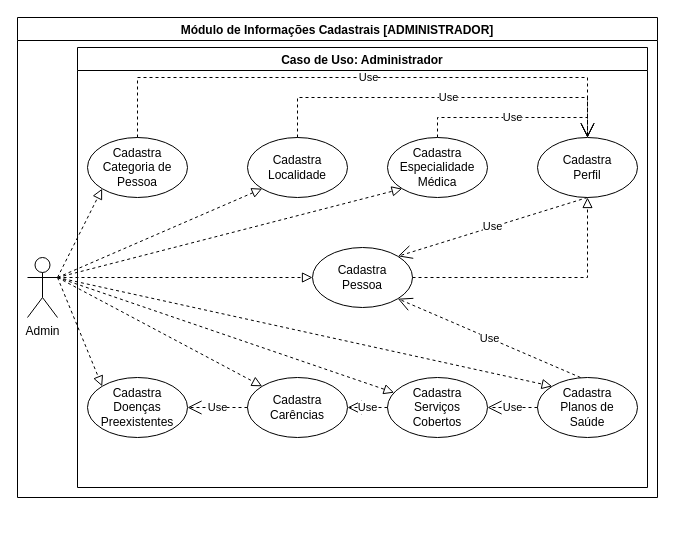
Before: page "MIC-Admin" (1 of 3) of PUC-GISA-M1.drawio in kikoluiss/tcc-puc, a draw.io diagram. Source tidied: cells renumbered, new cells numbered last; positions are measured from the earlier drawing's top-left corner, leaving out a move shared by most shapes. Both pictures are drawn from the tidied source at 100%, with x=0, y=0 at pixel (17, 17).
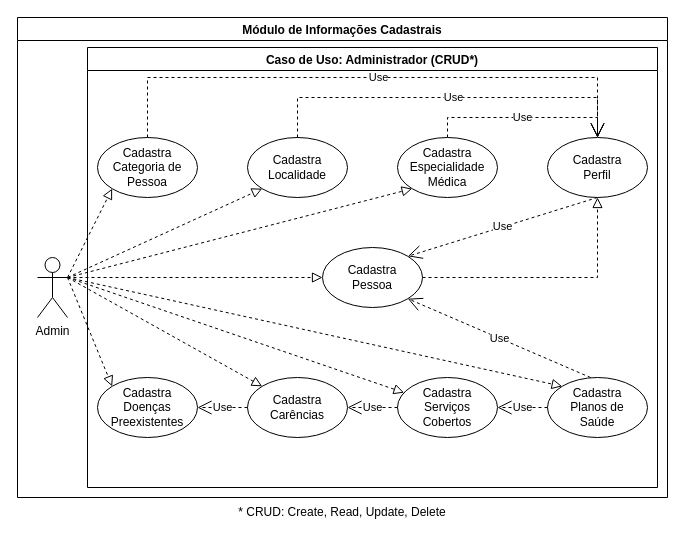
After the change.

Unchanged cells that the change refers to:
```xml
<mxCell id="7" value="Cadastra&lt;br&gt;Perfil" style="ellipse;whiteSpace=wrap;html=1;align=center;newEdgeStyle={&quot;edgeStyle&quot;:&quot;entityRelationEdgeStyle&quot;,&quot;startArrow&quot;:&quot;none&quot;,&quot;endArrow&quot;:&quot;none&quot;,&quot;segment&quot;:10,&quot;curved&quot;:1};" parent="4" vertex="1">
  <mxGeometry x="460" y="90" width="100" height="60" as="geometry" />
</mxCell>
```

The edit, as a diff of the source:
```diff
@@
-    <mxCell id="2" value="Módulo de Informações Cadastrais [ADMINISTRADOR]" style="swimlane;" parent="1" vertex="1">
-      <mxGeometry width="640" height="480" as="geometry" />
+    <mxCell id="2" value="Módulo de Informações Cadastrais" style="swimlane;" parent="1" vertex="1">
+      <mxGeometry width="650" height="480" as="geometry" />
     </mxCell>
     <mxCell id="3" value="Admin" style="shape=umlActor;verticalLabelPosition=bottom;verticalAlign=top;html=1;outlineConnect=0;" parent="2" vertex="1">
-      <mxGeometry x="10" y="240" width="30" height="60" as="geometry" />
+      <mxGeometry x="20" y="240" width="30" height="60" as="geometry" />
     </mxCell>
-    <mxCell id="4" value="Caso de Uso: Administrador" style="swimlane;" parent="2" vertex="1">
-      <mxGeometry x="60" y="30" width="570" height="440" as="geometry" />
+    <mxCell id="4" value="Caso de Uso: Administrador (CRUD*)" style="swimlane;" parent="2" vertex="1">
+      <mxGeometry x="70" y="30" width="570" height="440" as="geometry" />
     </mxCell>
@@
     <mxCell id="8" value="Cadastra&lt;br&gt;Localidade" style="ellipse;whiteSpace=wrap;html=1;align=center;newEdgeStyle={&quot;edgeStyle&quot;:&quot;entityRelationEdgeStyle&quot;,&quot;startArrow&quot;:&quot;none&quot;,&quot;endArrow&quot;:&quot;none&quot;,&quot;segment&quot;:10,&quot;curved&quot;:1};" parent="4" vertex="1">
-      <mxGeometry x="170" y="90" width="100" height="60" as="geometry" />
+      <mxGeometry x="160" y="90" width="100" height="60" as="geometry" />
     </mxCell>
@@
     <mxCell id="12" value="Cadastra Carências" style="ellipse;whiteSpace=wrap;html=1;align=center;newEdgeStyle={&quot;edgeStyle&quot;:&quot;entityRelationEdgeStyle&quot;,&quot;startArrow&quot;:&quot;none&quot;,&quot;endArrow&quot;:&quot;none&quot;,&quot;segment&quot;:10,&quot;curved&quot;:1};" parent="4" vertex="1">
-      <mxGeometry x="170" y="330" width="100" height="60" as="geometry" />
+      <mxGeometry x="160" y="330" width="100" height="60" as="geometry" />
     </mxCell>
@@
     <mxCell id="16" value="Use" style="endArrow=open;endSize=12;dashed=1;html=1;rounded=0;exitX=0.5;exitY=0;exitDx=0;exitDy=0;entryX=0.5;entryY=0;entryDx=0;entryDy=0;" parent="4" edge="1" source="8" target="7">
       <mxGeometry x="0.03" relative="1" as="geometry">
         <Array as="points">
-          <mxPoint x="220" y="50" />
+          <mxPoint x="210" y="50" />
           <mxPoint x="510" y="50" />
         </Array>
       </mxGeometry>
     </mxCell>
@@
+    <mxCell id="31" value="* CRUD: Create, Read, Update, Delete" style="text;html=1;strokeColor=none;fillColor=none;align=center;verticalAlign=middle;whiteSpace=wrap;rounded=0;" parent="1" vertex="1">
+      <mxGeometry x="10" y="480" width="630" height="30" as="geometry" />
+    </mxCell>
```
